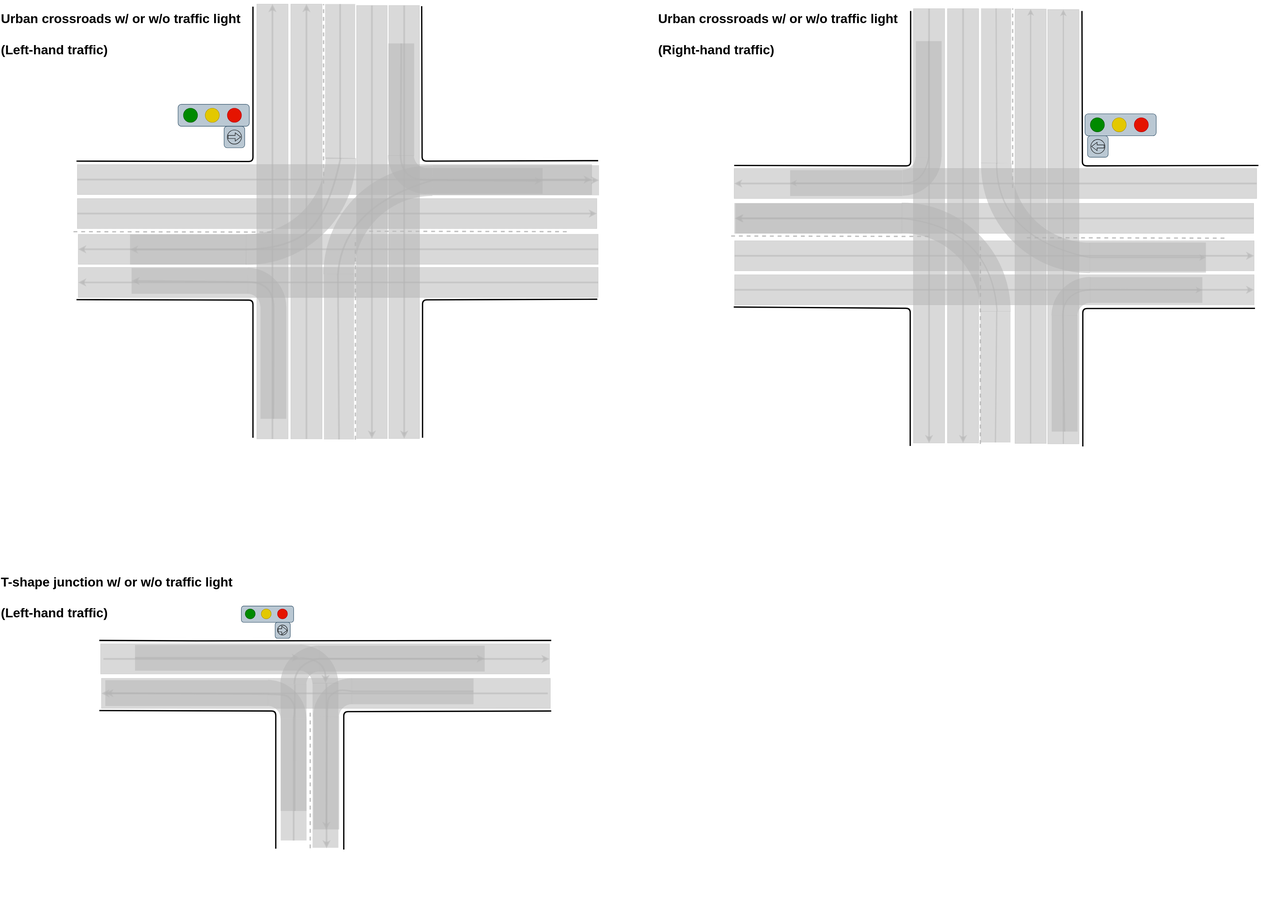
The draw.io diagram pr-3899/planning/behavior_velocity_intersection_module/docs/intersection-topology.drawio.svg in zusizusi/autoware.universe, before a commit. Source tidied: cells renumbered, new cells last; positions are measured from the earlier drawing's top-left corner, leaving out a move shared by most shapes.
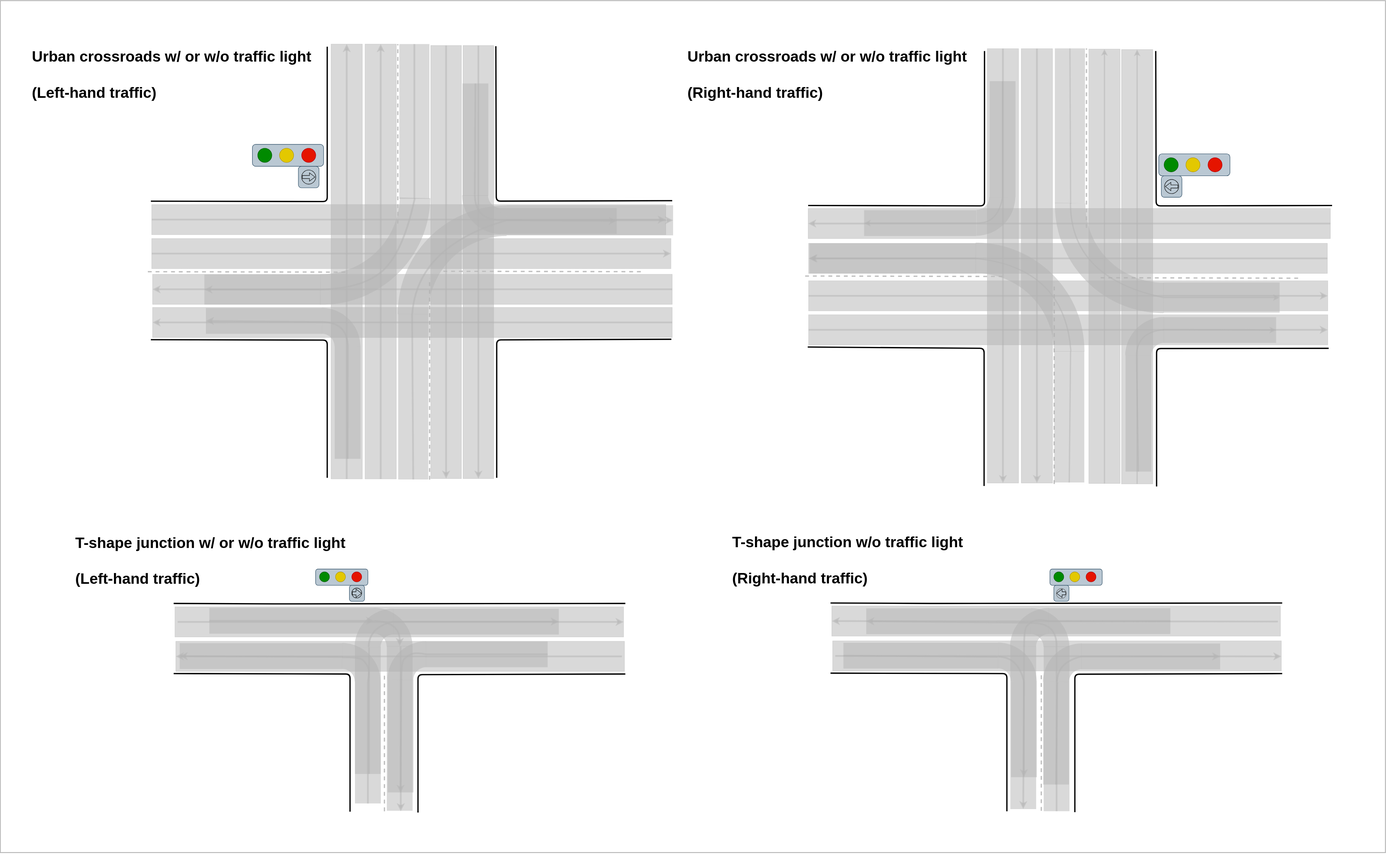
Later version of the same file.

The edit, as a diff of the source:
```diff
@@ -4,2 +4,5 @@
     <mxCell id="1" parent="0" />
+    <mxCell id="177" style="rounded=0;whiteSpace=wrap;html=1;strokeColor=#B3B3B3;strokeWidth=2;fontSize=35;fillColor=none;" parent="1" vertex="1">
+      <mxGeometry x="-173" y="-95" width="3220" height="1980" as="geometry" />
+    </mxCell>
     <mxCell id="2" style="rounded=0;whiteSpace=wrap;html=1;fillColor=#B3B3B3;rotation=-180;fontColor=#333333;strokeColor=#B3B3B3;opacity=50;" parent="1" vertex="1">
@@ -268,4 +271,4 @@
     </mxCell>
-    <mxCell id="65" value="&lt;font size=&quot;1&quot; style=&quot;&quot;&gt;&lt;b style=&quot;font-size: 30px;&quot;&gt;Urban crossroads w/ or w/o traffic light&lt;br&gt;&lt;br&gt;(Left-hand traffic)&lt;br&gt;&lt;/b&gt;&lt;/font&gt;" style="text;html=1;align=left;verticalAlign=middle;strokeColor=none;fillColor=none;" parent="1" vertex="1">
-      <mxGeometry y="16" width="580" height="120" as="geometry" />
+    <mxCell id="65" value="&lt;font style=&quot;font-size: 35px;&quot;&gt;&lt;b style=&quot;&quot;&gt;Urban crossroads w/ or w/o traffic light&lt;br&gt;&lt;br&gt;(Left-hand traffic)&lt;br&gt;&lt;/b&gt;&lt;/font&gt;" style="text;html=1;align=left;verticalAlign=middle;strokeColor=none;fillColor=none;" parent="1" vertex="1">
+      <mxGeometry x="-101" y="6" width="670" height="140" as="geometry" />
     </mxCell>
@@ -382,4 +385,4 @@
     </mxCell>
-    <mxCell id="91" value="&lt;font size=&quot;1&quot; style=&quot;&quot;&gt;&lt;b style=&quot;font-size: 30px;&quot;&gt;Urban crossroads w/ or w/o traffic light&lt;br&gt;&lt;br&gt;(Right-hand traffic)&lt;br&gt;&lt;/b&gt;&lt;/font&gt;" style="text;html=1;align=left;verticalAlign=middle;strokeColor=none;fillColor=none;" parent="1" vertex="1">
-      <mxGeometry x="1527" y="16" width="580" height="120" as="geometry" />
+    <mxCell id="91" value="&lt;font style=&quot;font-size: 35px;&quot;&gt;&lt;b style=&quot;&quot;&gt;Urban crossroads w/ or w/o traffic light&lt;br&gt;&lt;br&gt;(Right-hand traffic)&lt;br&gt;&lt;/b&gt;&lt;/font&gt;" style="text;html=1;align=left;verticalAlign=middle;strokeColor=none;fillColor=none;" parent="1" vertex="1">
+      <mxGeometry x="1423" y="6" width="670" height="140" as="geometry" />
     </mxCell>
@@ -511,6 +514,6 @@
       <mxGeometry relative="1" as="geometry">
-        <mxPoint x="230" y="1485" as="sourcePoint" />
-        <mxPoint x="1280" y="1485" as="targetPoint" />
+        <mxPoint x="230" y="1306" as="sourcePoint" />
+        <mxPoint x="1280" y="1306" as="targetPoint" />
         <Array as="points">
-          <mxPoint x="472" y="1486" />
+          <mxPoint x="472" y="1307" />
         </Array>
@@ -520,6 +523,6 @@
       <mxGeometry relative="1" as="geometry">
-        <mxPoint x="230" y="1648" as="sourcePoint" />
-        <mxPoint x="640" y="1969" as="targetPoint" />
+        <mxPoint x="230" y="1469" as="sourcePoint" />
+        <mxPoint x="640" y="1790" as="targetPoint" />
         <Array as="points">
-          <mxPoint x="640" y="1649" />
+          <mxPoint x="640" y="1470" />
         </Array>
@@ -529,6 +532,6 @@
       <mxGeometry relative="1" as="geometry">
-        <mxPoint x="1280" y="1649" as="sourcePoint" />
-        <mxPoint x="798" y="1971" as="targetPoint" />
+        <mxPoint x="1280" y="1470" as="sourcePoint" />
+        <mxPoint x="798" y="1792" as="targetPoint" />
         <Array as="points">
-          <mxPoint x="798" y="1650.5" />
+          <mxPoint x="798" y="1471.5" />
         </Array>
@@ -538,4 +541,4 @@
       <mxGeometry relative="1" as="geometry">
-        <mxPoint x="720" y="1968" as="sourcePoint" />
-        <mxPoint x="720" y="1649" as="targetPoint" />
+        <mxPoint x="720" y="1789" as="sourcePoint" />
+        <mxPoint x="720" y="1470" as="targetPoint" />
       </mxGeometry>
@@ -543,3 +546,3 @@
     <mxCell id="131" style="group;" parent="1" vertex="1">
-      <mxGeometry x="560" y="1405" width="121.5" height="75" as="geometry" />
+      <mxGeometry x="560" y="1226" width="121.5" height="75" as="geometry" />
     </mxCell>
@@ -573,3 +576,3 @@
     <mxCell id="140" style="group;" parent="1" vertex="1">
-      <mxGeometry x="920" y="1678" width="511.4" height="421.2" as="geometry" />
+      <mxGeometry x="920" y="1499" width="511.4" height="421.2" as="geometry" />
     </mxCell>
@@ -606,3 +609,3 @@
     <mxCell id="149" style="group;" parent="1" vertex="1">
-      <mxGeometry x="244" y="1540" width="504.2" height="409.9" as="geometry" />
+      <mxGeometry x="244" y="1361" width="504.2" height="409.9" as="geometry" />
     </mxCell>
@@ -634,3 +637,3 @@
     <mxCell id="156" style="group;" parent="1" vertex="1">
-      <mxGeometry x="233" y="1493" width="1043" height="69.9" as="geometry" />
+      <mxGeometry x="233" y="1314" width="1043" height="69.9" as="geometry" />
     </mxCell>
@@ -645,3 +648,3 @@
     <mxCell id="159" style="group;" parent="1" vertex="1">
-      <mxGeometry x="313" y="1458" width="509.2" height="510" as="geometry" />
+      <mxGeometry x="313" y="1279" width="509.2" height="510" as="geometry" />
     </mxCell>
@@ -672,3 +675,3 @@
     <mxCell id="166" style="group;" parent="1" vertex="1">
-      <mxGeometry x="690" y="1536" width="409.4" height="389.2" as="geometry" />
+      <mxGeometry x="690" y="1357" width="409.4" height="389.2" as="geometry" />
     </mxCell>
@@ -702,3 +705,3 @@
     <mxCell id="173" style="group;rotation=-180;" parent="1" vertex="1">
-      <mxGeometry x="235" y="1573" width="1043" height="69.9" as="geometry" />
+      <mxGeometry x="235" y="1394" width="1043" height="69.9" as="geometry" />
     </mxCell>
@@ -712,5 +715,191 @@
     </mxCell>
-    <mxCell id="176" value="&lt;b&gt;T-shape junction w/ or w/o traffic light&lt;br&gt;&lt;br&gt;(Left-hand traffic)&lt;/b&gt;" style="text;html=1;align=left;verticalAlign=middle;strokeColor=none;fillColor=none;fontSize=30;" parent="1" vertex="1">
-      <mxGeometry y="1325" width="560" height="120" as="geometry" />
+    <mxCell id="176" value="&lt;b style=&quot;font-size: 35px;&quot;&gt;T-shape junction w/ or w/o traffic light&lt;br&gt;&lt;br&gt;(Left-hand traffic)&lt;/b&gt;" style="text;html=1;align=left;verticalAlign=middle;strokeColor=none;fillColor=none;fontSize=30;" parent="1" vertex="1">
+      <mxGeometry y="1136" width="650" height="140" as="geometry" />
     </mxCell>
+    <mxCell id="178" style="group;rotation=-90;" parent="1" vertex="1">
+      <mxGeometry x="2090" y="1327" width="504.2" height="409.9" as="geometry" />
+    </mxCell>
+    <mxCell id="179" style="verticalLabelPosition=bottom;verticalAlign=top;html=1;shape=mxgraph.basic.partConcEllipse;startAngle=0.8627813740139013;endAngle=0.1103675079776549;arcWidth=0.67;fillColor=#B3B3B3;rotation=-40;strokeColor=none;opacity=50;" parent="178" vertex="1">
+      <mxGeometry x="84" y="-10" width="181" height="179" as="geometry" />
+    </mxCell>
+    <mxCell id="180" style="rounded=0;whiteSpace=wrap;html=1;fillColor=#B3B3B3;rotation=0;strokeColor=none;opacity=50;" parent="178" vertex="1">
+      <mxGeometry x="174" y="-10" width="283" height="60" as="geometry" />
+    </mxCell>
+    <mxCell id="181" style="rounded=0;whiteSpace=wrap;html=1;fillColor=#B3B3B3;rotation=-90;strokeColor=none;opacity=50;gradientColor=none;" parent="178" vertex="1">
+      <mxGeometry x="-74" y="238" width="378" height="60" as="geometry" />
+    </mxCell>
+    <mxCell id="182" style="endArrow=none;html=1;rounded=0;strokeColor=#B3B3B3;strokeWidth=4;opacity=50;exitX=1;exitY=0.5;exitDx=0;exitDy=0;entryX=0;entryY=0.5;entryDx=0;entryDy=0;endFill=0;" parent="178" edge="1" source="180" target="180">
+      <mxGeometry relative="1" as="geometry" />
+    </mxCell>
+    <mxCell id="183" style="endArrow=classic;html=1;rounded=0;strokeColor=#B3B3B3;strokeWidth=4;opacity=50;exitX=0.262;exitY=0.287;exitDx=0;exitDy=0;entryX=0;entryY=0.5;entryDx=0;entryDy=0;exitPerimeter=0;" parent="178" edge="1" source="179" target="181">
+      <mxGeometry relative="1" as="geometry" />
+    </mxCell>
+    <mxCell id="184" style="curved=1;endArrow=none;html=1;rounded=0;strokeColor=#B3B3B3;strokeWidth=4;opacity=50;exitX=0;exitY=0.5;exitDx=0;exitDy=0;endFill=0;" parent="178" edge="1" source="180">
+      <mxGeometry relative="1" as="geometry">
+        <mxPoint x="117" y="79" as="targetPoint" />
+        <Array as="points">
+          <mxPoint x="149" y="15" />
+          <mxPoint x="129" y="25" />
+          <mxPoint x="117" y="39" />
+        </Array>
+      </mxGeometry>
+    </mxCell>
+    <mxCell id="185" style="group;rotation=0;fillColor=#B3B3B3;strokeColor=#B3B3B3;opacity=50;flipH=1;" parent="1" vertex="1">
+      <mxGeometry x="1762" y="1393" width="1043" height="69.9" as="geometry" />
+    </mxCell>
+    <mxCell id="186" style="endArrow=classic;html=1;rounded=0;strokeWidth=4;strokeColor=#B3B3B3;opacity=50;" parent="185" edge="1">
+      <mxGeometry relative="1" as="geometry">
+        <mxPoint x="6" y="35" as="sourcePoint" />
+        <mxPoint x="1043" y="36" as="targetPoint" />
+      </mxGeometry>
+    </mxCell>
+    <mxCell id="187" style="group;flipV=0;flipH=1;rotation=-180;" parent="1" vertex="1">
+      <mxGeometry x="1760" y="1313" width="1043" height="69.9" as="geometry" />
+    </mxCell>
+    <mxCell id="188" style="rounded=0;whiteSpace=wrap;html=1;fillColor=#B3B3B3;rotation=-360;fontColor=#333333;strokeColor=#B3B3B3;opacity=50;" parent="187" vertex="1">
+      <mxGeometry y="-1" width="1043" height="69.9" as="geometry" />
+    </mxCell>
+    <mxCell id="189" style="endArrow=classic;html=1;rounded=0;strokeWidth=4;strokeColor=#B3B3B3;opacity=50;entryX=0;entryY=0.5;entryDx=0;entryDy=0;" parent="187" edge="1" target="188">
+      <mxGeometry relative="1" as="geometry">
+        <mxPoint x="1037" y="35" as="sourcePoint" />
+      </mxGeometry>
+    </mxCell>
+    <mxCell id="190" style="group;" parent="1" vertex="1">
+      <mxGeometry x="2214" y="1362" width="448.7" height="364.9" as="geometry" />
+    </mxCell>
+    <mxCell id="191" style="verticalLabelPosition=bottom;verticalAlign=top;html=1;shape=mxgraph.basic.partConcEllipse;startAngle=0.8627813740139013;endAngle=0.1103675079776549;arcWidth=0.67;fillColor=#B3B3B3;rotation=-40;strokeColor=none;opacity=50;" parent="190" vertex="1">
+      <mxGeometry x="36.4" y="37.2" width="181" height="179" as="geometry" />
+    </mxCell>
+    <mxCell id="192" style="rounded=0;whiteSpace=wrap;html=1;fillColor=#B3B3B3;rotation=0;strokeColor=none;opacity=50;" parent="190" vertex="1">
+      <mxGeometry x="126.4" y="37.2" width="322.3" height="60" as="geometry" />
+    </mxCell>
+    <mxCell id="193" style="rounded=0;whiteSpace=wrap;html=1;fillColor=#B3B3B3;rotation=-90;strokeColor=none;opacity=50;gradientColor=none;" parent="190" vertex="1">
+      <mxGeometry x="-52" y="215.6" width="238.7" height="60" as="geometry" />
+    </mxCell>
+    <mxCell id="194" style="endArrow=none;html=1;rounded=0;strokeColor=#B3B3B3;strokeWidth=4;opacity=50;exitX=0;exitY=0.5;exitDx=0;exitDy=0;entryX=0.997;entryY=0.547;entryDx=0;entryDy=0;endFill=0;entryPerimeter=0;" parent="190" edge="1" source="193" target="193">
+      <mxGeometry relative="1" as="geometry" />
+    </mxCell>
+    <mxCell id="195" style="curved=1;endArrow=none;html=1;rounded=0;strokeColor=#B3B3B3;strokeWidth=4;opacity=50;entryX=0;entryY=0.5;entryDx=0;entryDy=0;endFill=0;" parent="190" edge="1" source="193" target="192">
+      <mxGeometry relative="1" as="geometry">
+        <Array as="points">
+          <mxPoint x="70.4" y="80.2" />
+        </Array>
+      </mxGeometry>
+    </mxCell>
+    <mxCell id="196" style="endArrow=classic;html=1;rounded=0;strokeColor=#B3B3B3;strokeWidth=4;opacity=50;exitX=0;exitY=0.5;exitDx=0;exitDy=0;entryX=1;entryY=0.5;entryDx=0;entryDy=0;" parent="190" edge="1" source="192" target="192">
+      <mxGeometry relative="1" as="geometry" />
+    </mxCell>
+    <mxCell id="197" style="endArrow=none;html=1;strokeWidth=3;" parent="1" edge="1">
+      <mxGeometry relative="1" as="geometry">
+        <mxPoint x="1757" y="1305" as="sourcePoint" />
+        <mxPoint x="2807" y="1305" as="targetPoint" />
+        <Array as="points">
+          <mxPoint x="1999" y="1306" />
+        </Array>
+      </mxGeometry>
+    </mxCell>
+    <mxCell id="198" style="endArrow=none;html=1;strokeWidth=3;" parent="1" edge="1">
+      <mxGeometry relative="1" as="geometry">
+        <mxPoint x="1757" y="1468" as="sourcePoint" />
+        <mxPoint x="2167" y="1789" as="targetPoint" />
+        <Array as="points">
+          <mxPoint x="2167" y="1469" />
+        </Array>
+      </mxGeometry>
+    </mxCell>
+    <mxCell id="199" style="endArrow=none;html=1;strokeWidth=3;" parent="1" edge="1">
+      <mxGeometry relative="1" as="geometry">
+        <mxPoint x="2807" y="1469" as="sourcePoint" />
+        <mxPoint x="2325" y="1791" as="targetPoint" />
+        <Array as="points">
+          <mxPoint x="2325" y="1470.5" />
+        </Array>
+      </mxGeometry>
+    </mxCell>
+    <mxCell id="200" style="endArrow=none;html=1;strokeWidth=3;dashed=1;strokeColor=#BFBFBF;" parent="1" edge="1">
+      <mxGeometry relative="1" as="geometry">
+        <mxPoint x="2247" y="1788" as="sourcePoint" />
+        <mxPoint x="2247" y="1469" as="targetPoint" />
+      </mxGeometry>
+    </mxCell>
+    <mxCell id="201" value="&lt;b style=&quot;font-size: 35px;&quot;&gt;T-shape junction w/o traffic light&lt;br&gt;&lt;br&gt;(Right-hand traffic)&lt;/b&gt;" style="text;html=1;align=left;verticalAlign=middle;strokeColor=none;fillColor=none;fontSize=30;" parent="1" vertex="1">
+      <mxGeometry x="1527" y="1135" width="560" height="140" as="geometry" />
+    </mxCell>
+    <mxCell id="202" style="group;" parent="1" vertex="1">
+      <mxGeometry x="1787" y="1360" width="486.2" height="349.9" as="geometry" />
+    </mxCell>
+    <mxCell id="203" style="verticalLabelPosition=bottom;verticalAlign=top;html=1;shape=mxgraph.basic.partConcEllipse;startAngle=0.8627813740139013;endAngle=0.1103675079776549;arcWidth=0.67;fillColor=#B3B3B3;rotation=50;strokeColor=none;opacity=50;" parent="202" vertex="1">
+      <mxGeometry x="269" y="37.4" width="181" height="179" as="geometry" />
+    </mxCell>
+    <mxCell id="204" style="rounded=0;whiteSpace=wrap;html=1;fillColor=#B3B3B3;rotation=90;strokeColor=none;opacity=50;" parent="202" vertex="1">
+      <mxGeometry x="308" y="208.4" width="223" height="60" as="geometry" />
+    </mxCell>
+    <mxCell id="205" style="rounded=0;whiteSpace=wrap;html=1;fillColor=#B3B3B3;rotation=0;strokeColor=none;opacity=50;gradientColor=none;" parent="202" vertex="1">
+      <mxGeometry y="37.4" width="360" height="60" as="geometry" />
+    </mxCell>
+    <mxCell id="206" style="endArrow=none;html=1;rounded=0;strokeColor=#B3B3B3;strokeWidth=4;opacity=50;exitX=0;exitY=0.5;exitDx=0;exitDy=0;entryX=0.997;entryY=0.547;entryDx=0;entryDy=0;endFill=0;entryPerimeter=0;" parent="202" edge="1" source="205" target="205">
+      <mxGeometry relative="1" as="geometry" />
+    </mxCell>
+    <mxCell id="207" style="curved=1;endArrow=none;html=1;rounded=0;strokeColor=#B3B3B3;strokeWidth=4;opacity=50;entryX=0;entryY=0.5;entryDx=0;entryDy=0;endFill=0;" parent="202" edge="1" source="205" target="204">
+      <mxGeometry relative="1" as="geometry">
+        <Array as="points">
+          <mxPoint x="406" y="70.4" />
+        </Array>
+      </mxGeometry>
+    </mxCell>
+    <mxCell id="208" style="endArrow=classic;html=1;rounded=0;strokeColor=#B3B3B3;strokeWidth=4;opacity=50;exitX=0;exitY=0.5;exitDx=0;exitDy=0;entryX=1;entryY=0.5;entryDx=0;entryDy=0;" parent="202" edge="1" source="204" target="204">
+      <mxGeometry relative="1" as="geometry" />
+    </mxCell>
+    <mxCell id="209" style="group;" parent="1" vertex="1">
+      <mxGeometry x="1840" y="1280" width="509.2" height="508.9" as="geometry" />
+    </mxCell>
+    <mxCell id="210" style="verticalLabelPosition=bottom;verticalAlign=top;html=1;shape=mxgraph.basic.partConcEllipse;startAngle=0.8627813740139013;endAngle=0.1103675079776549;arcWidth=0.67;fillColor=#B3B3B3;rotation=50;strokeColor=none;opacity=50;" parent="209" vertex="1">
+      <mxGeometry x="292" y="37.4" width="181" height="179" as="geometry" />
+    </mxCell>
+    <mxCell id="211" style="rounded=0;whiteSpace=wrap;html=1;fillColor=#B3B3B3;rotation=90;strokeColor=none;opacity=50;" parent="209" vertex="1">
+      <mxGeometry x="251" y="287.4" width="383" height="60" as="geometry" />
+    </mxCell>
+    <mxCell id="212" style="rounded=0;whiteSpace=wrap;html=1;fillColor=#B3B3B3;rotation=-180;strokeColor=none;opacity=50;" parent="209" vertex="1">
+      <mxGeometry y="37.4" width="383" height="60" as="geometry" />
+    </mxCell>
+    <mxCell id="213" style="endArrow=classic;html=1;rounded=0;strokeColor=#B3B3B3;strokeWidth=4;opacity=50;exitX=0.274;exitY=0.287;exitDx=0;exitDy=0;exitPerimeter=0;entryX=1;entryY=0.5;entryDx=0;entryDy=0;" parent="209" edge="1" source="210" target="212">
+      <mxGeometry relative="1" as="geometry" />
+    </mxCell>
+    <mxCell id="214" style="curved=1;endArrow=none;html=1;rounded=0;strokeColor=#B3B3B3;strokeWidth=4;opacity=50;exitX=0;exitY=0.5;exitDx=0;exitDy=0;entryX=-0.003;entryY=0.428;entryDx=0;entryDy=0;entryPerimeter=0;endFill=0;" parent="209" edge="1" source="211" target="212">
+      <mxGeometry relative="1" as="geometry">
+        <Array as="points">
+          <mxPoint x="443" y="70" />
+        </Array>
+      </mxGeometry>
+    </mxCell>
+    <mxCell id="215" style="endArrow=none;html=1;rounded=0;strokeColor=#B3B3B3;strokeWidth=4;opacity=50;exitX=1;exitY=0.5;exitDx=0;exitDy=0;entryX=0;entryY=0.5;entryDx=0;entryDy=0;endFill=0;" parent="209" edge="1" source="211" target="211">
+      <mxGeometry relative="1" as="geometry" />
+    </mxCell>
+    <mxCell id="216" style="group;" parent="1" vertex="1">
+      <mxGeometry x="2267" y="1226" width="121.5" height="75" as="geometry" />
+    </mxCell>
+    <mxCell id="217" style="rounded=1;whiteSpace=wrap;html=1;fillColor=#bac8d3;strokeColor=#23445d;" parent="216" vertex="1">
+      <mxGeometry width="121.6" height="37.9" as="geometry" />
+    </mxCell>
+    <mxCell id="218" style="ellipse;whiteSpace=wrap;html=1;fillColor=#008a00;strokeColor=#005700;fontColor=#ffffff;" parent="216" vertex="1">
+      <mxGeometry x="9.2" y="6.8" width="23" height="23" as="geometry" />
+    </mxCell>
+    <mxCell id="219" style="ellipse;whiteSpace=wrap;html=1;fillColor=#e3c800;strokeColor=#B09500;fontColor=#000000;" parent="216" vertex="1">
+      <mxGeometry x="46.4" y="6.8" width="23" height="23" as="geometry" />
+    </mxCell>
+    <mxCell id="220" style="ellipse;whiteSpace=wrap;html=1;fillColor=#e51400;strokeColor=#B20000;fontColor=#ffffff;" parent="216" vertex="1">
+      <mxGeometry x="84.1" y="6.8" width="23" height="23" as="geometry" />
+    </mxCell>
+    <mxCell id="221" style="rounded=1;whiteSpace=wrap;html=1;fillColor=#bac8d3;strokeColor=#23445d;" parent="216" vertex="1">
+      <mxGeometry x="9.1" y="37.9" width="35.2" height="37.1" as="geometry" />
+    </mxCell>
+    <mxCell id="222" style="shape=flexArrow;endArrow=classic;html=1;rounded=0;width=7.209302325581396;endSize=3.9046511627906977;endWidth=11.114115738236885;" parent="216" edge="1">
+      <mxGeometry relative="1" as="geometry">
+        <mxPoint x="37.1" y="56.4" as="sourcePoint" />
+        <mxPoint x="15.1" y="56.4" as="targetPoint" />
+      </mxGeometry>
+    </mxCell>
+    <mxCell id="223" style="ellipse;whiteSpace=wrap;html=1;fillColor=none;strokeColor=#666666;fontColor=#ffffff;" parent="216" vertex="1">
+      <mxGeometry x="15.1" y="45.4" width="23" height="23" as="geometry" />
+    </mxCell>
   </root>
```
